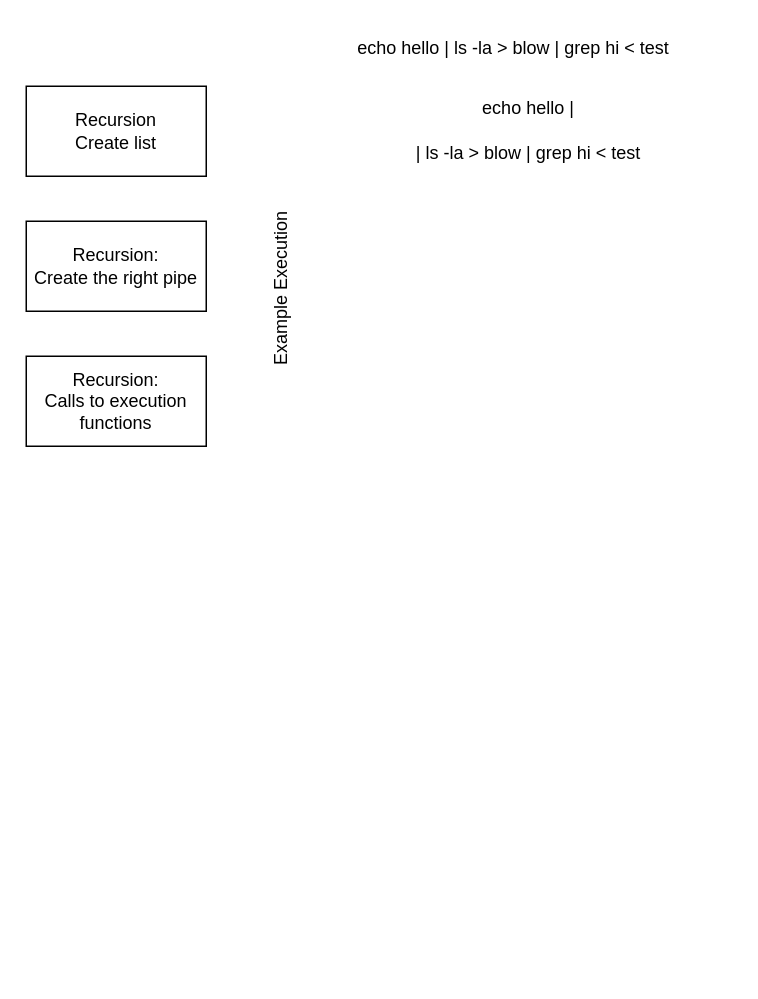
Earlier version of the draw.io diagram page "Nizz" (2 of 2) of utils/Nizz.drawio (Nazar963/42_Minishell_V3). Source tidied: cells renumbered, new cells numbered last; positions are measured from the earlier drawing's top-left corner, leaving out a move shared by most shapes. Both pictures are drawn from the tidied source at 150%, with x=0, y=0 at pixel (26, 26).
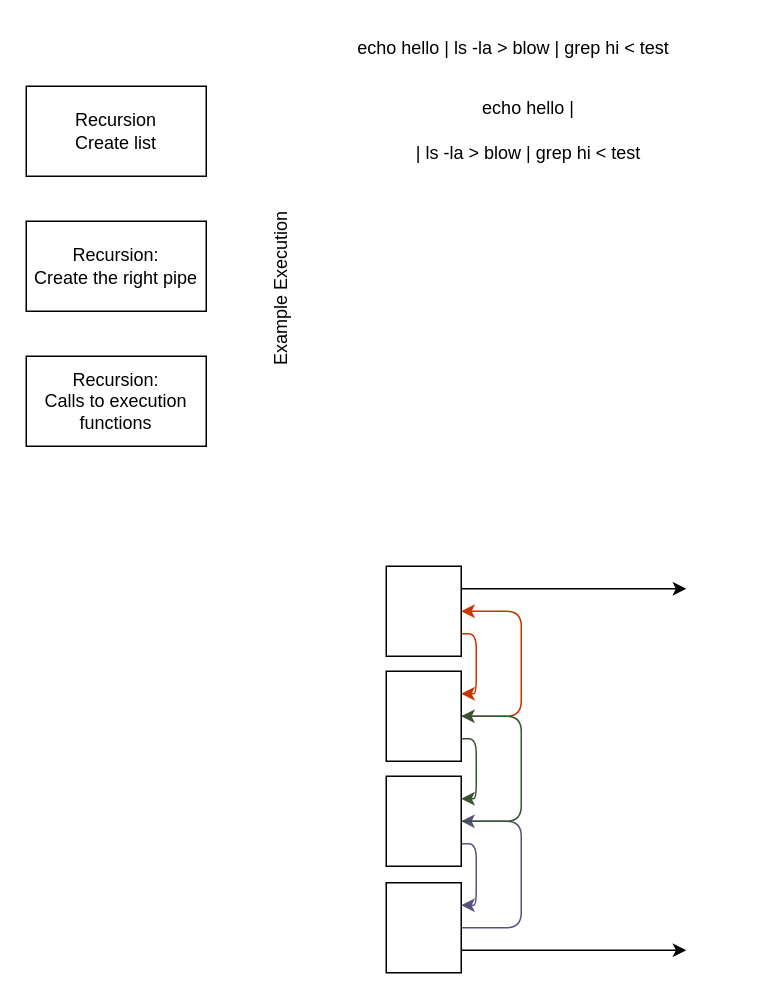
The same page after the edit.

Diff of the diagram source:
```diff
@@
+    <mxCell id="9" style="edgeStyle=orthogonalEdgeStyle;html=1;exitX=1;exitY=0.75;exitDx=0;exitDy=0;entryX=1;entryY=0.25;entryDx=0;entryDy=0;fillColor=#fa6800;strokeColor=#C73500;" parent="1" edge="1" source="11" target="14">
+      <mxGeometry relative="1" as="geometry" />
+    </mxCell>
+    <mxCell id="10" style="edgeStyle=orthogonalEdgeStyle;html=1;exitX=1;exitY=0.25;exitDx=0;exitDy=0;" parent="1" edge="1" source="11">
+      <mxGeometry relative="1" as="geometry">
+        <mxPoint x="440" y="375" as="targetPoint" />
+      </mxGeometry>
+    </mxCell>
+    <mxCell id="11" style="rounded=0;whiteSpace=wrap;html=1;" parent="1" vertex="1">
+      <mxGeometry x="240" y="360" width="50" height="60" as="geometry" />
+    </mxCell>
+    <mxCell id="12" style="edgeStyle=orthogonalEdgeStyle;html=1;exitX=1;exitY=0.5;exitDx=0;exitDy=0;entryX=1;entryY=0.5;entryDx=0;entryDy=0;fillColor=#fa6800;strokeColor=#C73500;" parent="1" edge="1" source="14" target="11">
+      <mxGeometry relative="1" as="geometry">
+        <Array as="points">
+          <mxPoint x="330" y="460" />
+          <mxPoint x="330" y="390" />
+        </Array>
+      </mxGeometry>
+    </mxCell>
+    <mxCell id="13" style="edgeStyle=orthogonalEdgeStyle;html=1;exitX=1;exitY=0.75;exitDx=0;exitDy=0;entryX=1;entryY=0.25;entryDx=0;entryDy=0;fillColor=#6d8764;strokeColor=#3A5431;" parent="1" edge="1" source="14" target="20">
+      <mxGeometry relative="1" as="geometry" />
+    </mxCell>
+    <mxCell id="14" style="rounded=0;whiteSpace=wrap;html=1;" parent="1" vertex="1">
+      <mxGeometry x="240" y="430" width="50" height="60" as="geometry" />
+    </mxCell>
+    <mxCell id="15" style="edgeStyle=orthogonalEdgeStyle;html=1;exitX=1;exitY=0.5;exitDx=0;exitDy=0;entryX=1;entryY=0.5;entryDx=0;entryDy=0;fillColor=#d0cee2;strokeColor=#56517e;" parent="1" edge="1" source="17" target="20">
+      <mxGeometry relative="1" as="geometry">
+        <Array as="points">
+          <mxPoint x="330" y="601" />
+          <mxPoint x="330" y="530" />
+        </Array>
+      </mxGeometry>
+    </mxCell>
+    <mxCell id="16" style="edgeStyle=orthogonalEdgeStyle;html=1;exitX=1;exitY=0.75;exitDx=0;exitDy=0;" parent="1" edge="1" source="17">
+      <mxGeometry relative="1" as="geometry">
+        <mxPoint x="440" y="616" as="targetPoint" />
+      </mxGeometry>
+    </mxCell>
+    <mxCell id="17" style="rounded=0;whiteSpace=wrap;html=1;" parent="1" vertex="1">
+      <mxGeometry x="240" y="571" width="50" height="60" as="geometry" />
+    </mxCell>
+    <mxCell id="18" style="edgeStyle=orthogonalEdgeStyle;html=1;exitX=1;exitY=0.5;exitDx=0;exitDy=0;entryX=1;entryY=0.5;entryDx=0;entryDy=0;fillColor=#6d8764;strokeColor=#3A5431;" parent="1" edge="1" source="20" target="14">
+      <mxGeometry relative="1" as="geometry">
+        <Array as="points">
+          <mxPoint x="330" y="530" />
+          <mxPoint x="330" y="460" />
+        </Array>
+      </mxGeometry>
+    </mxCell>
+    <mxCell id="19" style="edgeStyle=orthogonalEdgeStyle;html=1;exitX=1;exitY=0.75;exitDx=0;exitDy=0;entryX=1;entryY=0.25;entryDx=0;entryDy=0;fillColor=#d0cee2;strokeColor=#56517e;" parent="1" edge="1" source="20" target="17">
+      <mxGeometry relative="1" as="geometry" />
+    </mxCell>
+    <mxCell id="20" style="rounded=0;whiteSpace=wrap;html=1;" parent="1" vertex="1">
+      <mxGeometry x="240" y="500" width="50" height="60" as="geometry" />
+    </mxCell>
```
